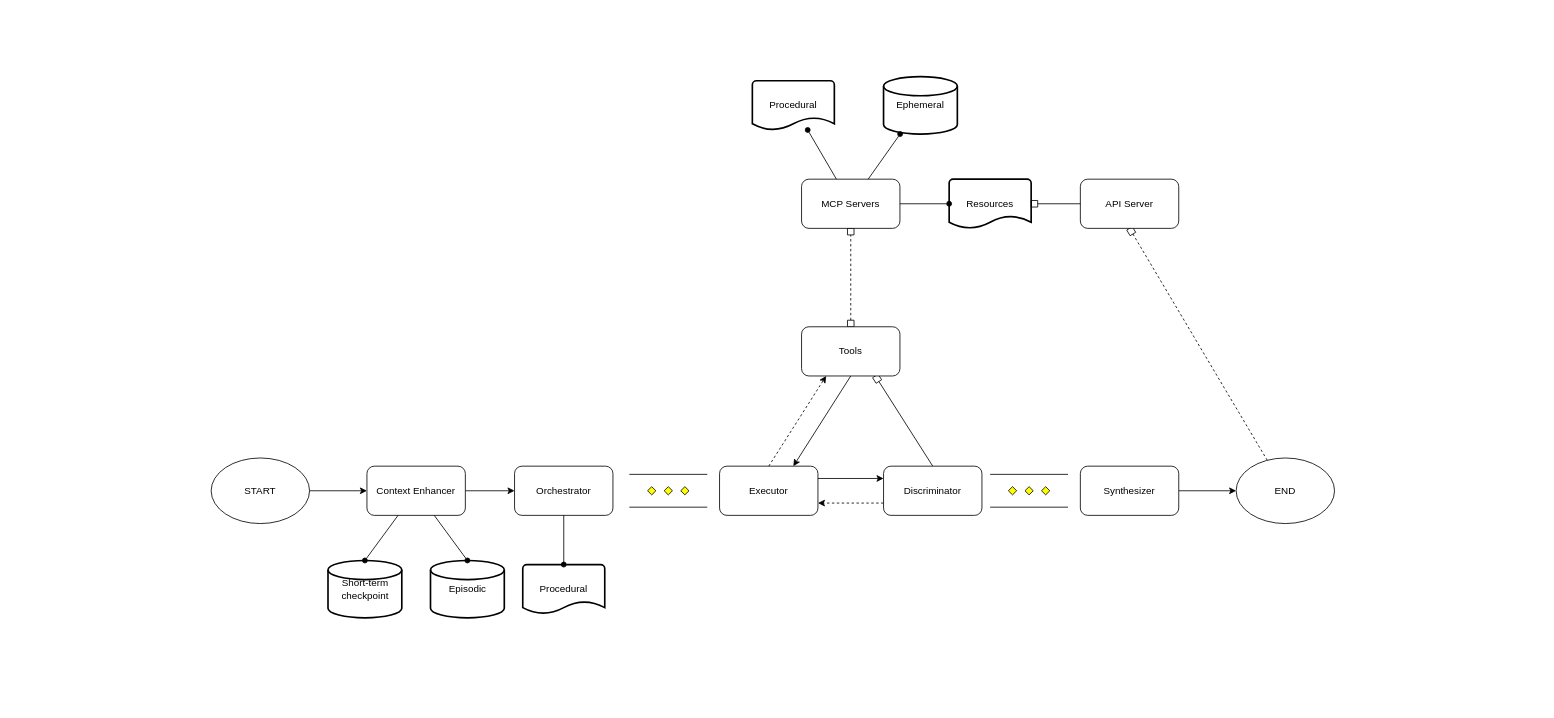
Above: docs/diagrams.drawio in reke592/practice-lang (draw.io), before the change. Source tidied: cells renumbered, new cells numbered last; positions are measured from the earlier drawing's top-left corner, leaving out a move shared by most shapes. Both pictures are drawn from the tidied source at 82%, with x=0, y=0 at pixel (211, 76).
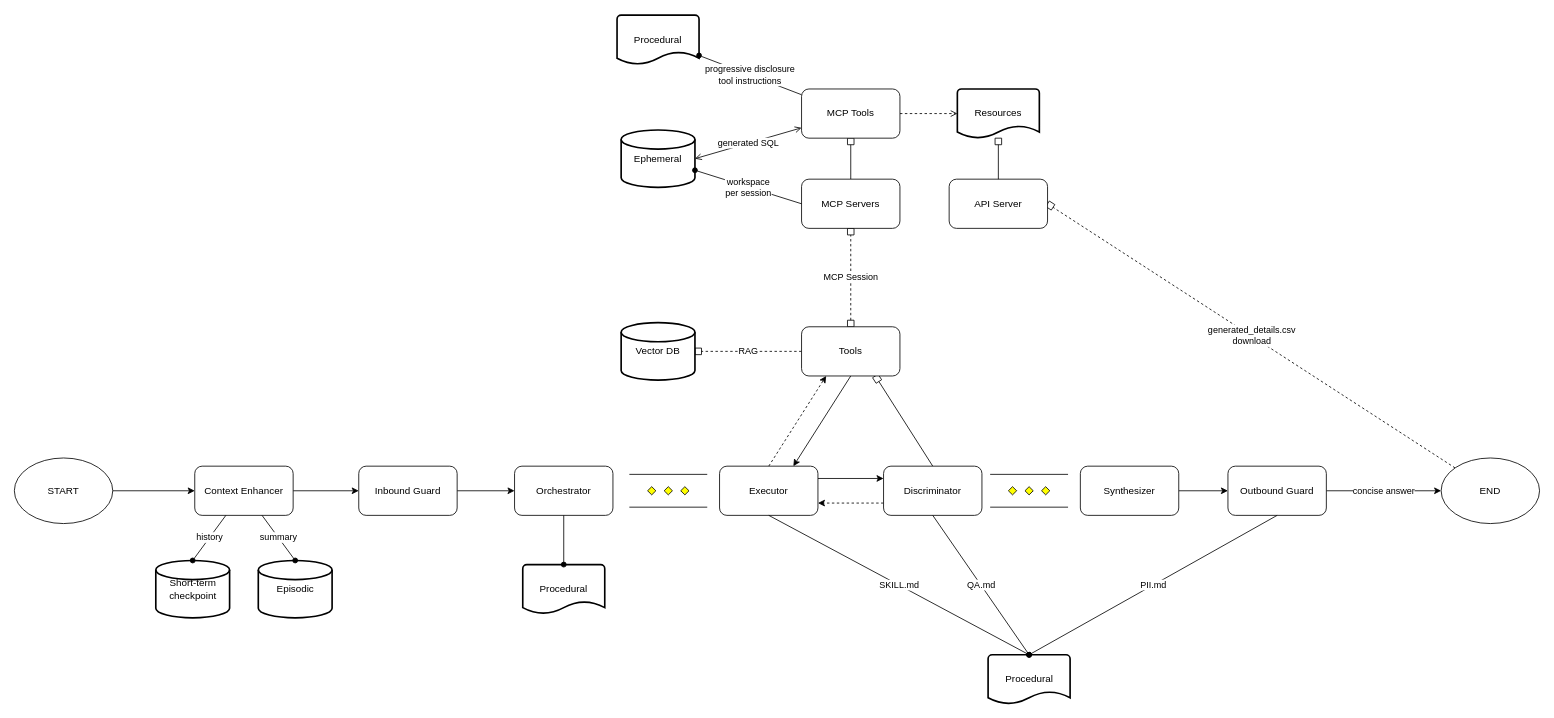
After the change.

Commit message (it also covers changes not shown here):
updated CoALA diagram

Unchanged cells that the change refers to:
```xml
<mxCell id="7" value="Orchestrator" style="rounded=1;whiteSpace=wrap;html=1;" parent="1" vertex="1">
  <mxGeometry x="370" y="475" width="120" height="60" as="geometry" />
</mxCell>
<mxCell id="10" value="Executor" style="rounded=1;whiteSpace=wrap;html=1;" parent="1" vertex="1">
  <mxGeometry x="620" y="475" width="120" height="60" as="geometry" />
</mxCell>
<mxCell id="14" value="Synthesizer" style="rounded=1;whiteSpace=wrap;html=1;" parent="1" vertex="1">
  <mxGeometry x="1060" y="475" width="120" height="60" as="geometry" />
</mxCell>
<mxCell id="17" value="Discriminator" style="rounded=1;whiteSpace=wrap;html=1;" parent="1" vertex="1">
  <mxGeometry x="820" y="475" width="120" height="60" as="geometry" />
</mxCell>
<mxCell id="20" value="Tools" style="rounded=1;whiteSpace=wrap;html=1;" parent="1" vertex="1">
  <mxGeometry x="720" y="305" width="120" height="60" as="geometry" />
</mxCell>
<mxCell id="21" value="MCP Servers" style="rounded=1;whiteSpace=wrap;html=1;" parent="1" vertex="1">
  <mxGeometry x="720" y="125" width="120" height="60" as="geometry" />
</mxCell>
```

The edit, as a diff of the source:
```diff
@@
     <mxCell id="3" value="START" style="ellipse;whiteSpace=wrap;html=1;" parent="1" vertex="1">
-      <mxGeometry y="465" width="120" height="80" as="geometry" />
+      <mxGeometry x="-240" y="465" width="120" height="80" as="geometry" />
     </mxCell>
     <mxCell id="4" value="END" style="ellipse;whiteSpace=wrap;html=1;" parent="1" vertex="1">
-      <mxGeometry x="1250" y="465" width="120" height="80" as="geometry" />
+      <mxGeometry x="1500" y="465" width="120" height="80" as="geometry" />
     </mxCell>
-    <mxCell id="5" style="edgeStyle=none;html=1;entryX=0;entryY=0.5;entryDx=0;entryDy=0;" parent="1" edge="1" source="6" target="7">
+    <mxCell id="5" style="edgeStyle=none;html=1;entryX=0;entryY=0.5;entryDx=0;entryDy=0;" parent="1" edge="1" source="6" target="40">
       <mxGeometry relative="1" as="geometry" />
     </mxCell>
     <mxCell id="6" value="Context Enhancer" style="rounded=1;whiteSpace=wrap;html=1;" parent="1" vertex="1">
-      <mxGeometry x="190" y="475" width="120" height="60" as="geometry" />
+      <mxGeometry x="-20" y="475" width="120" height="60" as="geometry" />
     </mxCell>
@@
-    <mxCell id="13" style="edgeStyle=none;html=1;entryX=0;entryY=0.5;entryDx=0;entryDy=0;" parent="1" edge="1" source="14" target="4">
+    <mxCell id="13" style="edgeStyle=none;html=1;entryX=0;entryY=0.5;entryDx=0;entryDy=0;" parent="1" edge="1" source="14" target="42">
       <mxGeometry relative="1" as="geometry" />
     </mxCell>
@@
-    <mxCell id="19" style="edgeStyle=none;html=1;entryX=0.5;entryY=1;entryDx=0;entryDy=0;exitX=0.5;exitY=0;exitDx=0;exitDy=0;startArrow=box;startFill=0;dashed=1;endArrow=box;endFill=0;" parent="1" edge="1" source="20" target="21">
+    <mxCell id="19" value="MCP Session" style="edgeStyle=none;html=1;entryX=0.5;entryY=1;entryDx=0;entryDy=0;exitX=0.5;exitY=0;exitDx=0;exitDy=0;startArrow=box;startFill=0;dashed=1;endArrow=box;endFill=0;" parent="1" edge="1" source="20" target="21">
       <mxGeometry relative="1" as="geometry" />
     </mxCell>
+    <mxCell id="37" value="RAG" style="edgeStyle=none;html=1;endArrow=box;endFill=0;dashed=1;" parent="1" edge="1" source="20" target="43">
+      <mxGeometry relative="1" as="geometry" />
+    </mxCell>
@@
+    <mxCell id="38" style="edgeStyle=none;html=1;endArrow=box;endFill=0;" parent="1" edge="1" source="21" target="48">
+      <mxGeometry relative="1" as="geometry" />
+    </mxCell>
@@
     <mxCell id="22" value="Episodic" style="strokeWidth=2;html=1;shape=mxgraph.flowchart.database;whiteSpace=wrap;" parent="1" vertex="1">
-      <mxGeometry x="267.5" y="590" width="90" height="70" as="geometry" />
+      <mxGeometry x="57.5" y="590" width="90" height="70" as="geometry" />
     </mxCell>
@@
     <mxCell id="24" value="Procedural" style="strokeWidth=2;html=1;shape=mxgraph.flowchart.document2;whiteSpace=wrap;size=0.25;" parent="1" vertex="1">
-      <mxGeometry x="660" y="5" width="100" height="60" as="geometry" />
+      <mxGeometry x="495" y="-75" width="100" height="60" as="geometry" />
     </mxCell>
     <mxCell id="25" value="Ephemeral" style="strokeWidth=2;html=1;shape=mxgraph.flowchart.database;whiteSpace=wrap;" parent="1" vertex="1">
-      <mxGeometry x="820" width="90" height="70" as="geometry" />
+      <mxGeometry x="500" y="65" width="90" height="70" as="geometry" />
     </mxCell>
     <mxCell id="26" value="Short-term&lt;div&gt;checkpoint&lt;/div&gt;" style="strokeWidth=2;html=1;shape=mxgraph.flowchart.database;whiteSpace=wrap;" parent="1" vertex="1">
-      <mxGeometry x="142.5" y="590" width="90" height="70" as="geometry" />
+      <mxGeometry x="-67.5" y="590" width="90" height="70" as="geometry" />
     </mxCell>
-    <mxCell id="27" style="edgeStyle=none;html=1;entryX=0.5;entryY=0;entryDx=0;entryDy=0;entryPerimeter=0;endArrow=oval;endFill=1;" parent="1" edge="1" source="6" target="26">
+    <mxCell id="27" value="history" style="edgeStyle=none;html=1;entryX=0.5;entryY=0;entryDx=0;entryDy=0;entryPerimeter=0;endArrow=oval;endFill=1;" parent="1" edge="1" source="6" target="26">
       <mxGeometry relative="1" as="geometry" />
     </mxCell>
-    <mxCell id="28" style="edgeStyle=none;html=1;entryX=0.5;entryY=0;entryDx=0;entryDy=0;entryPerimeter=0;endArrow=oval;endFill=1;" parent="1" edge="1" source="6" target="22">
+    <mxCell id="28" value="summary" style="edgeStyle=none;html=1;entryX=0.5;entryY=0;entryDx=0;entryDy=0;entryPerimeter=0;endArrow=oval;endFill=1;" parent="1" edge="1" source="6" target="22">
       <mxGeometry relative="1" as="geometry" />
     </mxCell>
@@
-    <mxCell id="30" style="edgeStyle=none;html=1;endArrow=oval;endFill=1;" parent="1" edge="1" source="21" target="24">
+    <mxCell id="30" value="progressive disclosure&lt;div&gt;tool instructions&lt;/div&gt;" style="edgeStyle=none;html=1;endArrow=oval;endFill=1;" parent="1" edge="1" source="48" target="24">
       <mxGeometry relative="1" as="geometry" />
     </mxCell>
-    <mxCell id="31" style="edgeStyle=none;html=1;endArrow=oval;endFill=1;" parent="1" edge="1" source="21" target="25">
+    <mxCell id="31" value="workspace&lt;div&gt;per session&lt;/div&gt;" style="edgeStyle=none;html=1;endArrow=oval;endFill=1;exitX=0;exitY=0.5;exitDx=0;exitDy=0;" parent="1" edge="1" source="21" target="25">
       <mxGeometry relative="1" as="geometry" />
     </mxCell>
     <mxCell id="32" value="Resources" style="strokeWidth=2;html=1;shape=mxgraph.flowchart.document2;whiteSpace=wrap;size=0.25;" parent="1" vertex="1">
-      <mxGeometry x="900" y="125" width="100" height="60" as="geometry" />
+      <mxGeometry x="910" y="15" width="100" height="60" as="geometry" />
     </mxCell>
-    <mxCell id="33" style="edgeStyle=none;html=1;entryX=0;entryY=0.5;entryDx=0;entryDy=0;entryPerimeter=0;endArrow=oval;endFill=1;" parent="1" edge="1" source="21" target="32">
+    <mxCell id="33" style="edgeStyle=none;html=1;entryX=0;entryY=0.5;entryDx=0;entryDy=0;entryPerimeter=0;endArrow=open;endFill=0;exitX=1;exitY=0.5;exitDx=0;exitDy=0;dashed=1;" parent="1" edge="1" source="48" target="32">
       <mxGeometry relative="1" as="geometry" />
     </mxCell>
-    <mxCell id="34" style="edgeStyle=none;html=1;entryX=0.5;entryY=1;entryDx=0;entryDy=0;endArrow=box;endFill=0;dashed=1;" parent="1" edge="1" source="4" target="35">
+    <mxCell id="34" value="generated_details.csv&lt;div&gt;download&lt;/div&gt;" style="edgeStyle=none;html=1;entryX=1;entryY=0.5;entryDx=0;entryDy=0;endArrow=box;endFill=0;dashed=1;" parent="1" edge="1" source="4" target="35">
       <mxGeometry relative="1" as="geometry" />
     </mxCell>
     <mxCell id="35" value="API Server" style="rounded=1;whiteSpace=wrap;html=1;" parent="1" vertex="1">
-      <mxGeometry x="1060" y="125" width="120" height="60" as="geometry" />
+      <mxGeometry x="900" y="125" width="120" height="60" as="geometry" />
     </mxCell>
-    <mxCell id="36" style="edgeStyle=none;html=1;entryX=1;entryY=0.5;entryDx=0;entryDy=0;entryPerimeter=0;endArrow=box;endFill=0;" parent="1" edge="1" source="35" target="32">
+    <mxCell id="36" style="edgeStyle=none;html=1;endArrow=box;endFill=0;" parent="1" edge="1" source="35" target="32">
       <mxGeometry relative="1" as="geometry" />
     </mxCell>
+    <mxCell id="39" style="edgeStyle=none;html=1;" parent="1" edge="1" source="40" target="7">
+      <mxGeometry relative="1" as="geometry" />
+    </mxCell>
+    <mxCell id="40" value="Inbound Guard" style="rounded=1;whiteSpace=wrap;html=1;" parent="1" vertex="1">
+      <mxGeometry x="180" y="475" width="120" height="60" as="geometry" />
+    </mxCell>
+    <mxCell id="41" value="concise answer" style="edgeStyle=none;html=1;entryX=0;entryY=0.5;entryDx=0;entryDy=0;" parent="1" edge="1" source="42" target="4">
+      <mxGeometry relative="1" as="geometry" />
+    </mxCell>
+    <mxCell id="42" value="Outbound Guard" style="rounded=1;whiteSpace=wrap;html=1;" parent="1" vertex="1">
+      <mxGeometry x="1240" y="475" width="120" height="60" as="geometry" />
+    </mxCell>
+    <mxCell id="43" value="Vector DB" style="strokeWidth=2;html=1;shape=mxgraph.flowchart.database;whiteSpace=wrap;" parent="1" vertex="1">
+      <mxGeometry x="500" y="300" width="90" height="70" as="geometry" />
+    </mxCell>
+    <mxCell id="44" value="Procedural" style="strokeWidth=2;html=1;shape=mxgraph.flowchart.document2;whiteSpace=wrap;size=0.25;" parent="1" vertex="1">
+      <mxGeometry x="947.5" y="705" width="100" height="60" as="geometry" />
+    </mxCell>
+    <mxCell id="45" value="SKILL.md" style="edgeStyle=none;html=1;entryX=0.5;entryY=0;entryDx=0;entryDy=0;entryPerimeter=0;endArrow=oval;endFill=1;exitX=0.5;exitY=1;exitDx=0;exitDy=0;" parent="1" edge="1" source="10" target="44">
+      <mxGeometry relative="1" as="geometry" />
+    </mxCell>
+    <mxCell id="46" value="PII.md" style="edgeStyle=none;html=1;entryX=0.5;entryY=0;entryDx=0;entryDy=0;entryPerimeter=0;endArrow=oval;endFill=1;exitX=0.5;exitY=1;exitDx=0;exitDy=0;" parent="1" edge="1" source="42" target="44">
+      <mxGeometry relative="1" as="geometry" />
+    </mxCell>
+    <mxCell id="47" value="QA.md" style="edgeStyle=none;html=1;entryX=0.5;entryY=0;entryDx=0;entryDy=0;entryPerimeter=0;endArrow=oval;endFill=1;exitX=0.5;exitY=1;exitDx=0;exitDy=0;" parent="1" edge="1" source="17" target="44">
+      <mxGeometry relative="1" as="geometry" />
+    </mxCell>
+    <mxCell id="48" value="MCP Tools" style="rounded=1;whiteSpace=wrap;html=1;" parent="1" vertex="1">
+      <mxGeometry x="720" y="15" width="120" height="60" as="geometry" />
+    </mxCell>
+    <mxCell id="49" value="generated SQL" style="edgeStyle=none;html=1;entryX=1;entryY=0.5;entryDx=0;entryDy=0;entryPerimeter=0;endArrow=open;endFill=0;startArrow=open;startFill=0;" parent="1" edge="1" source="48" target="25">
+      <mxGeometry relative="1" as="geometry" />
+    </mxCell>
```
